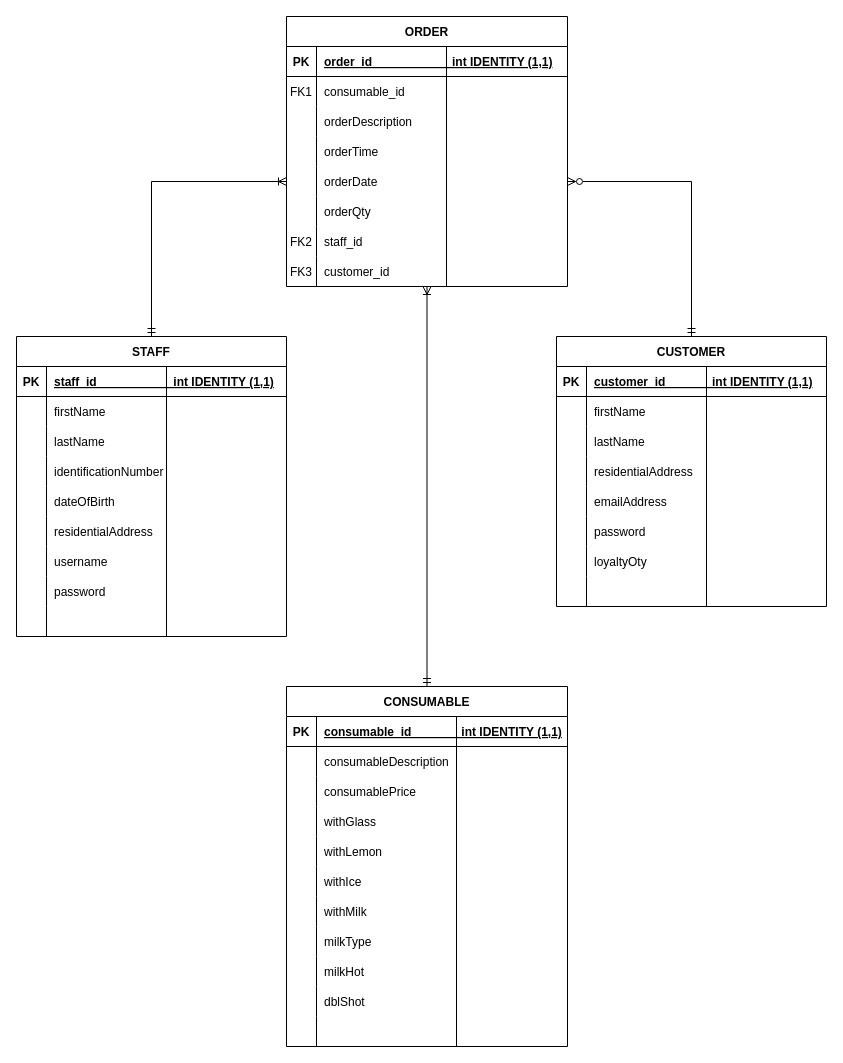
The draw.io diagram Physical_Data_Model.drawio in BeoVR6R/CMPG-223-Data-Model, before the edit. Source tidied: cells renumbered, new cells numbered last; positions are measured from the earlier drawing's top-left corner, leaving out a move shared by most shapes. Both pictures are drawn from the tidied source at 100%, with x=0, y=0 at pixel (16, 16).
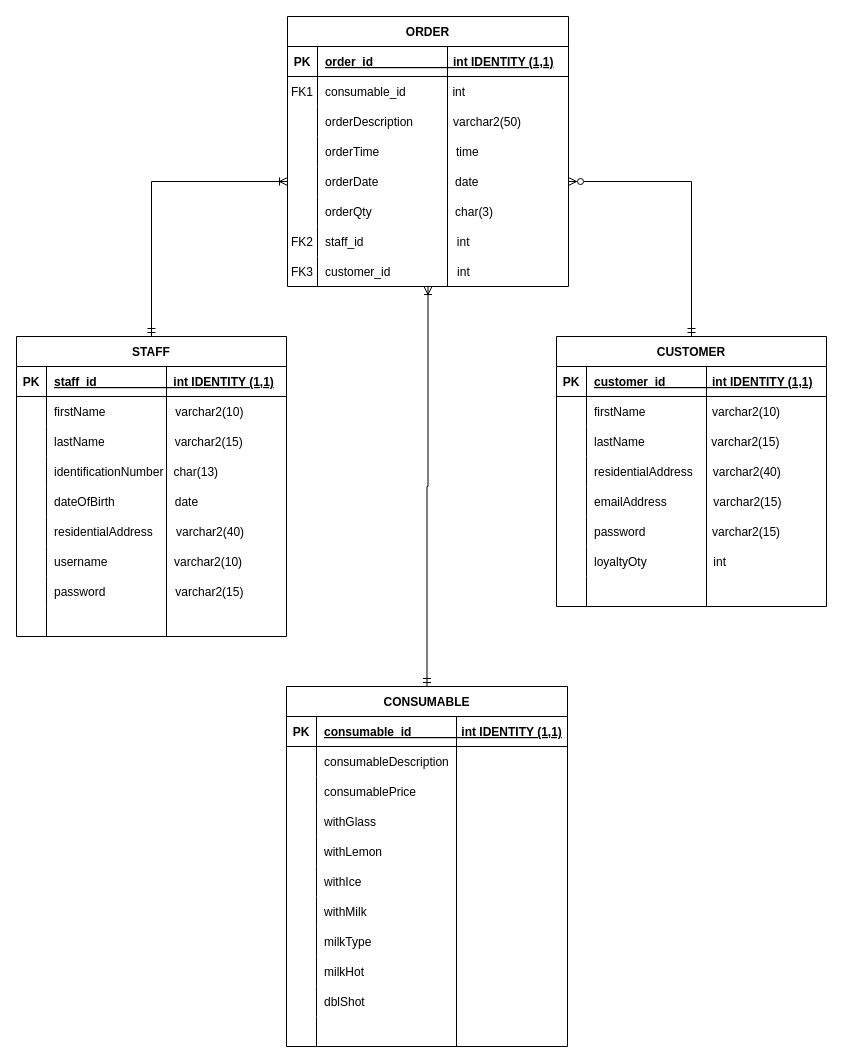
The same diagram, later.

The change refers to these unchanged cells:
```xml
<mxCell id="6" style="shape=partialRectangle;fillColor=none;top=0;left=0;right=0;bottom=0;" parent="2" vertex="1">
  <mxGeometry y="60" width="281" height="30" as="geometry" />
</mxCell>
<mxCell id="9" style="shape=partialRectangle;fillColor=none;top=0;left=0;right=0;bottom=0;" parent="2" vertex="1">
  <mxGeometry y="90" width="281" height="30" as="geometry" />
</mxCell>
<mxCell id="12" style="shape=partialRectangle;fillColor=none;top=0;left=0;right=0;bottom=0;" parent="2" vertex="1">
  <mxGeometry y="120" width="281" height="30" as="geometry" />
</mxCell>
<mxCell id="15" style="shape=partialRectangle;fillColor=none;points=[[0,0.5],[1,0.5]];portConstraint=eastwest;top=0;left=0;right=0;bottom=0;" parent="2" vertex="1">
  <mxGeometry y="150" width="281" height="30" as="geometry" />
</mxCell>
<mxCell id="19" style="shape=partialRectangle;fillColor=none;top=0;left=0;right=0;bottom=0;" parent="2" vertex="1">
  <mxGeometry y="180" width="281" height="30" as="geometry" />
</mxCell>
<mxCell id="22" style="shape=partialRectangle;fillColor=none;top=0;left=0;right=0;bottom=0;" parent="2" vertex="1">
  <mxGeometry y="210" width="281" height="30" as="geometry" />
</mxCell>
<mxCell id="25" style="shape=partialRectangle;fillColor=none;top=0;left=0;right=0;bottom=0;" parent="2" vertex="1">
  <mxGeometry y="240" width="281" height="30" as="geometry" />
</mxCell>
<mxCell id="67" style="shape=partialRectangle;fillColor=none;top=0;left=0;right=0;bottom=0;" parent="63" vertex="1">
  <mxGeometry y="60" width="270" height="30" as="geometry" />
</mxCell>
<mxCell id="70" style="shape=partialRectangle;fillColor=none;top=0;left=0;right=0;bottom=0;" parent="63" vertex="1">
  <mxGeometry y="90" width="270" height="30" as="geometry" />
</mxCell>
<mxCell id="73" style="shape=partialRectangle;fillColor=none;top=0;left=0;right=0;bottom=0;" parent="63" vertex="1">
  <mxGeometry y="120" width="270" height="30" as="geometry" />
</mxCell>
<mxCell id="76" style="shape=partialRectangle;fillColor=none;top=0;left=0;right=0;bottom=0;" parent="63" vertex="1">
  <mxGeometry y="150" width="270" height="30" as="geometry" />
</mxCell>
<mxCell id="79" style="shape=partialRectangle;fillColor=none;top=0;left=0;right=0;bottom=0;" parent="63" vertex="1">
  <mxGeometry y="180" width="270" height="30" as="geometry" />
</mxCell>
<mxCell id="82" style="shape=partialRectangle;fillColor=none;top=0;left=0;right=0;bottom=0;" parent="63" vertex="1">
  <mxGeometry y="210" width="270" height="30" as="geometry" />
</mxCell>
<mxCell id="92" style="shape=partialRectangle;fillColor=none;top=0;left=0;right=0;bottom=0;" parent="88" vertex="1">
  <mxGeometry y="60" width="270" height="30" as="geometry" />
</mxCell>
<mxCell id="95" style="shape=partialRectangle;fillColor=none;top=0;left=0;right=0;bottom=0;" parent="88" vertex="1">
  <mxGeometry y="90" width="270" height="30" as="geometry" />
</mxCell>
<mxCell id="98" style="shape=partialRectangle;fillColor=none;top=0;left=0;right=0;bottom=0;" parent="88" vertex="1">
  <mxGeometry y="120" width="270" height="30" as="geometry" />
</mxCell>
<mxCell id="101" style="shape=partialRectangle;fillColor=none;top=0;left=0;right=0;bottom=0;" parent="88" vertex="1">
  <mxGeometry y="150" width="270" height="30" as="geometry" />
</mxCell>
<mxCell id="104" style="shape=partialRectangle;fillColor=none;top=0;left=0;right=0;bottom=0;" parent="88" vertex="1">
  <mxGeometry y="180" width="270" height="30" as="geometry" />
</mxCell>
<mxCell id="107" style="shape=partialRectangle;fillColor=none;top=0;left=0;right=0;bottom=0;" parent="88" vertex="1">
  <mxGeometry y="210" width="270" height="30" as="geometry" />
</mxCell>
<mxCell id="110" style="shape=partialRectangle;fillColor=none;top=0;left=0;right=0;bottom=0;" parent="88" vertex="1">
  <mxGeometry y="240" width="270" height="30" as="geometry" />
</mxCell>
```

What changed in the source:
```diff
@@
     <mxCell id="2" value="ORDER" style="shape=table;startSize=30;childLayout=tableLayout;rowLines=0;fontStyle=1;align=center;" parent="1" vertex="1">
-      <mxGeometry x="270" width="281" height="270" as="geometry" />
+      <mxGeometry x="271" width="281" height="270" as="geometry" />
     </mxCell>
@@
-    <mxCell id="8" value="consumable_id" style="shape=partialRectangle;overflow=hidden;fillColor=none;top=0;left=0;bottom=0;right=0;align=left;spacingLeft=6;" parent="6" vertex="1">
+    <mxCell id="8" value="consumable_id              int" style="shape=partialRectangle;overflow=hidden;fillColor=none;top=0;left=0;bottom=0;right=0;align=left;spacingLeft=6;" parent="6" vertex="1">
       <mxGeometry x="30" width="251" height="30" as="geometry" />
     </mxCell>
@@
-    <mxCell id="11" value="orderDescription" style="shape=partialRectangle;overflow=hidden;fillColor=none;top=0;left=0;bottom=0;right=0;align=left;spacingLeft=6;" parent="9" vertex="1">
+    <mxCell id="11" value="orderDescription            varchar2(50)" style="shape=partialRectangle;overflow=hidden;fillColor=none;top=0;left=0;bottom=0;right=0;align=left;spacingLeft=6;" parent="9" vertex="1">
       <mxGeometry x="30" width="251" height="30" as="geometry" />
     </mxCell>
@@
-    <mxCell id="14" value="orderTime" style="shape=partialRectangle;overflow=hidden;fillColor=none;top=0;left=0;bottom=0;right=0;align=left;spacingLeft=6;" parent="12" vertex="1">
+    <mxCell id="14" value="orderTime                       time" style="shape=partialRectangle;overflow=hidden;fillColor=none;top=0;left=0;bottom=0;right=0;align=left;spacingLeft=6;" parent="12" vertex="1">
       <mxGeometry x="30" width="251" height="30" as="geometry" />
     </mxCell>
@@
-    <mxCell id="17" value="orderDate" style="shape=partialRectangle;overflow=hidden;fillColor=none;top=0;left=0;bottom=0;right=0;align=left;spacingLeft=6;" parent="15" vertex="1">
+    <mxCell id="17" value="orderDate                       date" style="shape=partialRectangle;overflow=hidden;fillColor=none;top=0;left=0;bottom=0;right=0;align=left;spacingLeft=6;" parent="15" vertex="1">
       <mxGeometry x="30" width="251" height="30" as="geometry" />
     </mxCell>
@@
-    <mxCell id="21" value="orderQty" style="shape=partialRectangle;overflow=hidden;fillColor=none;top=0;left=0;bottom=0;right=0;align=left;spacingLeft=6;" parent="19" vertex="1">
+    <mxCell id="21" value="orderQty                         char(3)" style="shape=partialRectangle;overflow=hidden;fillColor=none;top=0;left=0;bottom=0;right=0;align=left;spacingLeft=6;" parent="19" vertex="1">
       <mxGeometry x="30" width="251" height="30" as="geometry" />
     </mxCell>
@@
-    <mxCell id="24" value="staff_id" style="shape=partialRectangle;overflow=hidden;fillColor=none;top=0;left=0;bottom=0;right=0;align=left;spacingLeft=6;" parent="22" vertex="1">
+    <mxCell id="24" value="staff_id                            int" style="shape=partialRectangle;overflow=hidden;fillColor=none;top=0;left=0;bottom=0;right=0;align=left;spacingLeft=6;" parent="22" vertex="1">
       <mxGeometry x="30" width="251" height="30" as="geometry" />
     </mxCell>
@@
-    <mxCell id="27" value="customer_id" style="shape=partialRectangle;overflow=hidden;fillColor=none;top=0;left=0;bottom=0;right=0;align=left;spacingLeft=6;" parent="25" vertex="1">
+    <mxCell id="27" value="customer_id                    int" style="shape=partialRectangle;overflow=hidden;fillColor=none;top=0;left=0;bottom=0;right=0;align=left;spacingLeft=6;" parent="25" vertex="1">
       <mxGeometry x="30" width="251" height="30" as="geometry" />
     </mxCell>
@@
-    <mxCell id="69" value="firstName" style="shape=partialRectangle;overflow=hidden;fillColor=none;top=0;left=0;bottom=0;right=0;align=left;spacingLeft=6;" parent="67" vertex="1">
+    <mxCell id="69" value="firstName                    varchar2(10)" style="shape=partialRectangle;overflow=hidden;fillColor=none;top=0;left=0;bottom=0;right=0;align=left;spacingLeft=6;" parent="67" vertex="1">
       <mxGeometry x="30" width="240" height="30" as="geometry" />
     </mxCell>
@@
-    <mxCell id="72" value="lastName" style="shape=partialRectangle;overflow=hidden;fillColor=none;top=0;left=0;bottom=0;right=0;align=left;spacingLeft=6;" parent="70" vertex="1">
+    <mxCell id="72" value="lastName                    varchar2(15)" style="shape=partialRectangle;overflow=hidden;fillColor=none;top=0;left=0;bottom=0;right=0;align=left;spacingLeft=6;" parent="70" vertex="1">
       <mxGeometry x="30" width="240" height="30" as="geometry" />
     </mxCell>
@@
-    <mxCell id="75" value="residentialAddress" style="shape=partialRectangle;overflow=hidden;fillColor=none;top=0;left=0;bottom=0;right=0;align=left;spacingLeft=6;" parent="73" vertex="1">
+    <mxCell id="75" value="residentialAddress      varchar2(40)" style="shape=partialRectangle;overflow=hidden;fillColor=none;top=0;left=0;bottom=0;right=0;align=left;spacingLeft=6;" parent="73" vertex="1">
       <mxGeometry x="30" width="240" height="30" as="geometry" />
     </mxCell>
@@
-    <mxCell id="78" value="emailAddress" style="shape=partialRectangle;overflow=hidden;fillColor=none;top=0;left=0;bottom=0;right=0;align=left;spacingLeft=6;" parent="76" vertex="1">
+    <mxCell id="78" value="emailAddress              varchar2(15)" style="shape=partialRectangle;overflow=hidden;fillColor=none;top=0;left=0;bottom=0;right=0;align=left;spacingLeft=6;" parent="76" vertex="1">
       <mxGeometry x="30" width="240" height="30" as="geometry" />
     </mxCell>
@@
-    <mxCell id="81" value="password" style="shape=partialRectangle;overflow=hidden;fillColor=none;top=0;left=0;bottom=0;right=0;align=left;spacingLeft=6;" parent="79" vertex="1">
+    <mxCell id="81" value="password                    varchar2(15)" style="shape=partialRectangle;overflow=hidden;fillColor=none;top=0;left=0;bottom=0;right=0;align=left;spacingLeft=6;" parent="79" vertex="1">
       <mxGeometry x="30" width="240" height="30" as="geometry" />
     </mxCell>
@@
-    <mxCell id="84" value="loyaltyOty" style="shape=partialRectangle;overflow=hidden;fillColor=none;top=0;left=0;bottom=0;right=0;align=left;spacingLeft=6;" parent="82" vertex="1">
+    <mxCell id="84" value="loyaltyOty                    int" style="shape=partialRectangle;overflow=hidden;fillColor=none;top=0;left=0;bottom=0;right=0;align=left;spacingLeft=6;" parent="82" vertex="1">
       <mxGeometry x="30" width="240" height="30" as="geometry" />
     </mxCell>
@@
-    <mxCell id="94" value="firstName" style="shape=partialRectangle;overflow=hidden;fillColor=none;top=0;left=0;bottom=0;right=0;align=left;spacingLeft=6;" parent="92" vertex="1">
+    <mxCell id="94" value="firstName                     varchar2(10)" style="shape=partialRectangle;overflow=hidden;fillColor=none;top=0;left=0;bottom=0;right=0;align=left;spacingLeft=6;" parent="92" vertex="1">
       <mxGeometry x="30" width="240" height="30" as="geometry" />
     </mxCell>
@@
-    <mxCell id="97" value="lastName" style="shape=partialRectangle;overflow=hidden;fillColor=none;top=0;left=0;bottom=0;right=0;align=left;spacingLeft=6;" parent="95" vertex="1">
+    <mxCell id="97" value="lastName                     varchar2(15)" style="shape=partialRectangle;overflow=hidden;fillColor=none;top=0;left=0;bottom=0;right=0;align=left;spacingLeft=6;" parent="95" vertex="1">
       <mxGeometry x="30" width="240" height="30" as="geometry" />
     </mxCell>
@@
-    <mxCell id="100" value="identificationNumber" style="shape=partialRectangle;overflow=hidden;fillColor=none;top=0;left=0;bottom=0;right=0;align=left;spacingLeft=6;" parent="98" vertex="1">
+    <mxCell id="100" value="identificationNumber   char(13)" style="shape=partialRectangle;overflow=hidden;fillColor=none;top=0;left=0;bottom=0;right=0;align=left;spacingLeft=6;" parent="98" vertex="1">
       <mxGeometry x="30" width="240" height="30" as="geometry" />
     </mxCell>
@@
-    <mxCell id="103" value="dateOfBirth" style="shape=partialRectangle;overflow=hidden;fillColor=none;top=0;left=0;bottom=0;right=0;align=left;spacingLeft=6;" parent="101" vertex="1">
+    <mxCell id="103" value="dateOfBirth                  date" style="shape=partialRectangle;overflow=hidden;fillColor=none;top=0;left=0;bottom=0;right=0;align=left;spacingLeft=6;" parent="101" vertex="1">
       <mxGeometry x="30" width="240" height="30" as="geometry" />
     </mxCell>
@@
-    <mxCell id="106" value="residentialAddress" style="shape=partialRectangle;overflow=hidden;fillColor=none;top=0;left=0;bottom=0;right=0;align=left;spacingLeft=6;" parent="104" vertex="1">
+    <mxCell id="106" value="residentialAddress       varchar2(40)" style="shape=partialRectangle;overflow=hidden;fillColor=none;top=0;left=0;bottom=0;right=0;align=left;spacingLeft=6;" parent="104" vertex="1">
       <mxGeometry x="30" width="240" height="30" as="geometry" />
     </mxCell>
@@
-    <mxCell id="109" value="username" style="shape=partialRectangle;overflow=hidden;fillColor=none;top=0;left=0;bottom=0;right=0;align=left;spacingLeft=6;" parent="107" vertex="1">
+    <mxCell id="109" value="username                    varchar2(10)" style="shape=partialRectangle;overflow=hidden;fillColor=none;top=0;left=0;bottom=0;right=0;align=left;spacingLeft=6;" parent="107" vertex="1">
       <mxGeometry x="30" width="240" height="30" as="geometry" />
     </mxCell>
@@
-    <mxCell id="112" value="password" style="shape=partialRectangle;overflow=hidden;fillColor=none;top=0;left=0;bottom=0;right=0;align=left;spacingLeft=6;" parent="110" vertex="1">
+    <mxCell id="112" value="password                     varchar2(15)" style="shape=partialRectangle;overflow=hidden;fillColor=none;top=0;left=0;bottom=0;right=0;align=left;spacingLeft=6;" parent="110" vertex="1">
       <mxGeometry x="30" width="240" height="30" as="geometry" />
     </mxCell>
```
